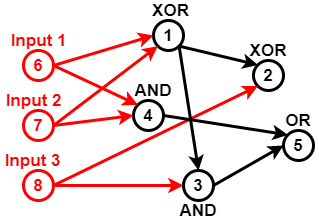
Before: Untitled Diagram.png, a diagram exported from draw.io (sara1024/-CCF201412-2-Z-). Source tidied: cells renumbered, new cells last; positions are measured from the earlier drawing's top-left corner, leaving out a move shared by most shapes.
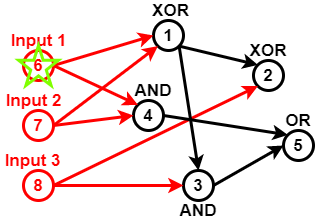
Later version of the same file.

Change to the diagram source:
```diff
@@ -80,5 +80,8 @@
     <mxCell id="27" value="Input 3" style="text;html=1;strokeColor=none;fillColor=none;align=center;verticalAlign=middle;whiteSpace=wrap;rounded=0;fontSize=17;fontColor=#FF0000;fontStyle=1;" parent="1" vertex="1">
       <mxGeometry x="-0.5" y="150" width="62.5" height="20" as="geometry" />
     </mxCell>
+    <mxCell id="28" style="verticalLabelPosition=bottom;verticalAlign=top;html=1;shape=mxgraph.basic.star;strokeWidth=3;fontSize=17;fillColor=none;strokeColor=#80FF00;" parent="1" vertex="1">
+      <mxGeometry x="17" y="45" width="40" height="40" as="geometry" />
+    </mxCell>
   </root>
 </mxGraphModel>
```
